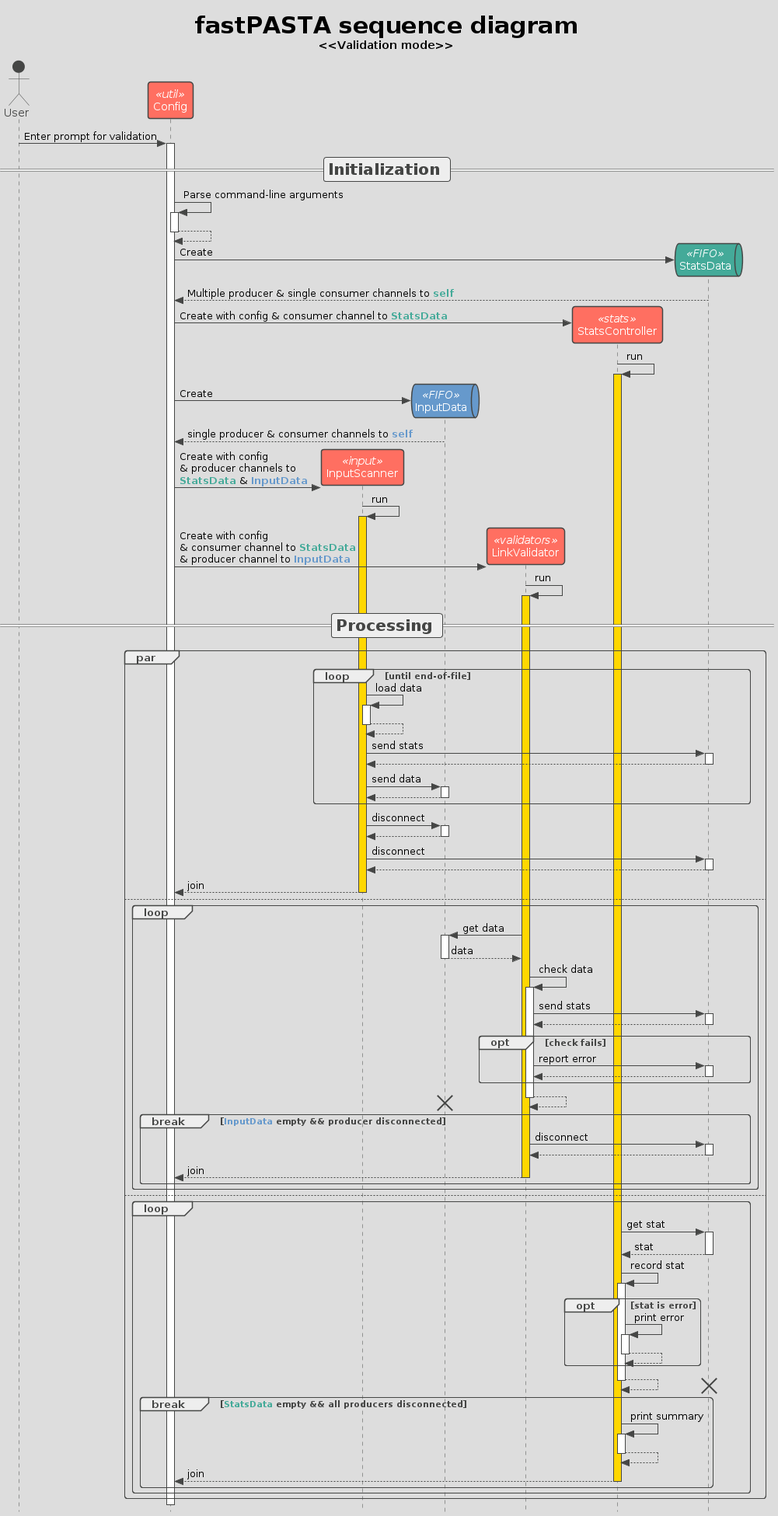
This is doc/sequence_validation_mode.png from CramBL/fastPASTA, a PlantUML export, as it was before one commit.
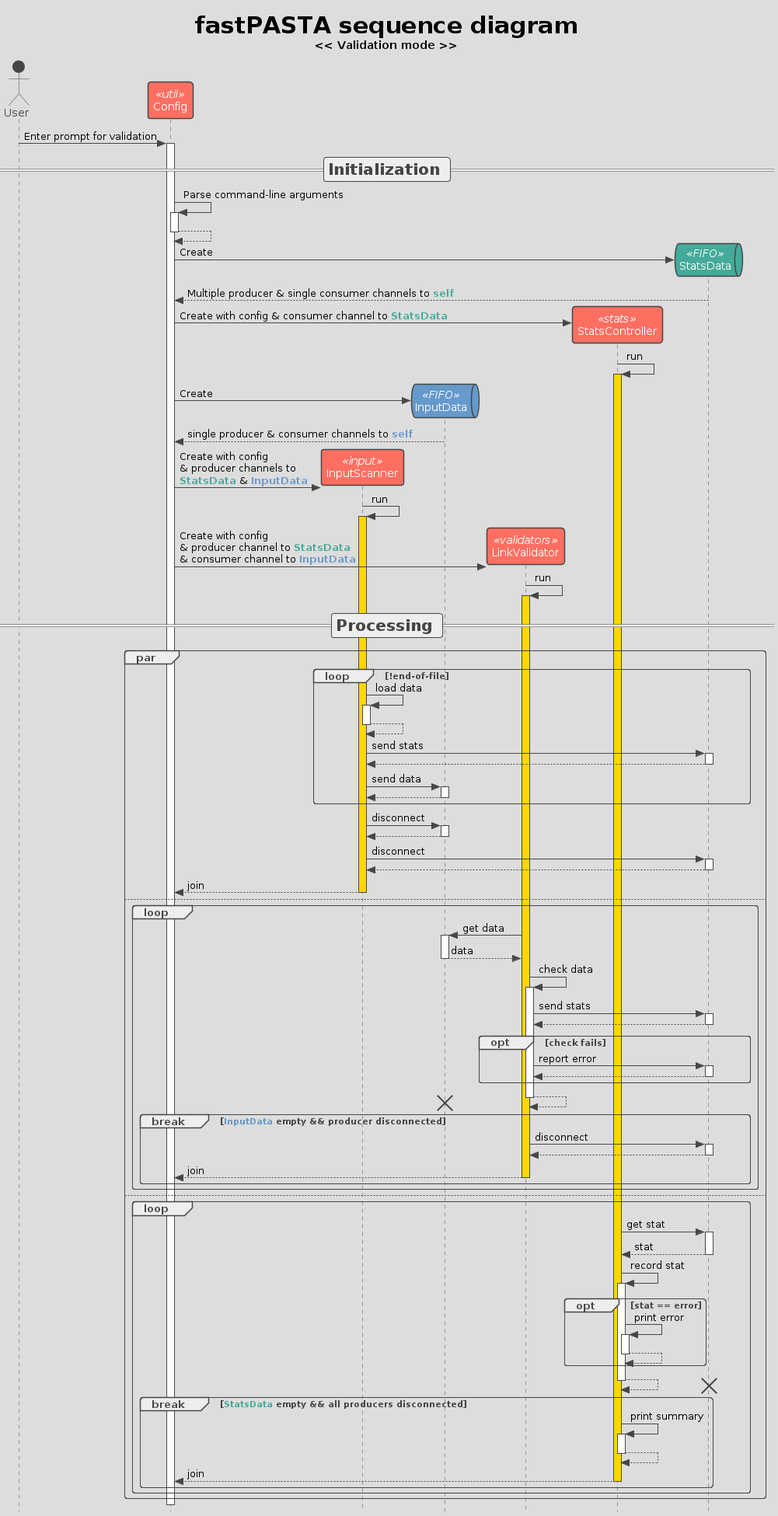
Above is the later version.

Commit message:
Fix small errors in seq diagram

What changed in the source:
```diff
@@ -2,7 +2,7 @@
 !theme toy from https://raw.githubusercontent.com/plantuml/plantuml/master/themes
 skinparam style strictuml
 
-Title **<size:30>fastPASTA sequence diagram</size>**\n<<Validation mode>>
+Title **<size:30>fastPASTA sequence diagram</size>**\n<< Validation mode >>
 
 actor       User       as user
 
@@ -33,13 +33,13 @@
 
     inputscanner -> inputscanner ++ #gold : run
 
-config -> linkvalidator ** : Create with config\n& consumer channel to <color #44AA99>**StatsData**</color>\n& producer channel to <color #6699CC>**InputData**</color>
+config -> linkvalidator ** : Create with config\n& producer channel to <color #44AA99>**StatsData**</color>\n& consumer channel to <color #6699CC>**InputData**</color>
     linkvalidator -> linkvalidator ++ #gold : run
 == <size:20>Processing</size> ==
 
 par
 
-    loop until end-of-file
+    loop !end-of-file
         inputscanner -> inputscanner : load data
         return
         inputscanner -> statsfifo : send stats
@@ -77,7 +77,7 @@
         statscontroller -> statsfifo : get stat
         return stat
         statscontroller -> statscontroller : record stat
-        opt stat is error
+        opt stat == error
             statscontroller -> statscontroller : print error
             return
         end
```
